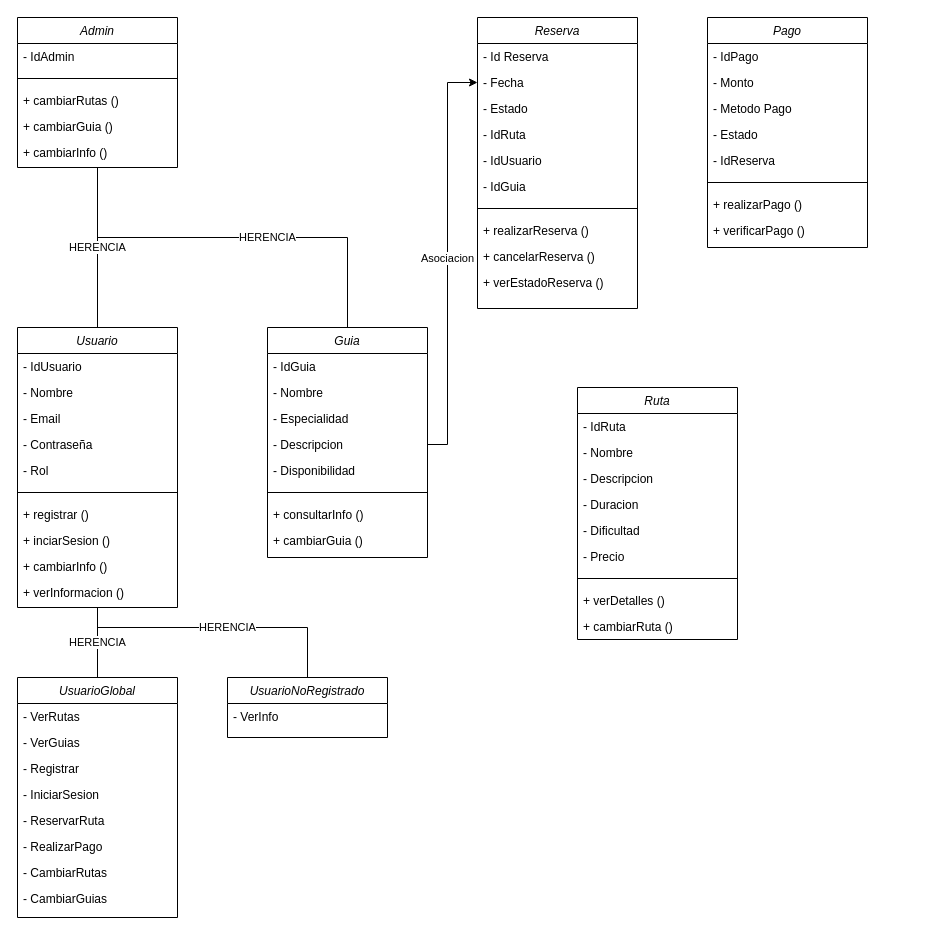
Before: Diagrama sin título.drawio in sebasalegon/Proyecto-grupal-1-EDD, a draw.io diagram. Source tidied: cells renumbered, new cells numbered last; positions are measured from the earlier drawing's top-left corner, leaving out a move shared by most shapes. Both pictures are drawn from the tidied source at 100%, with x=0, y=0 at pixel (17, 17).
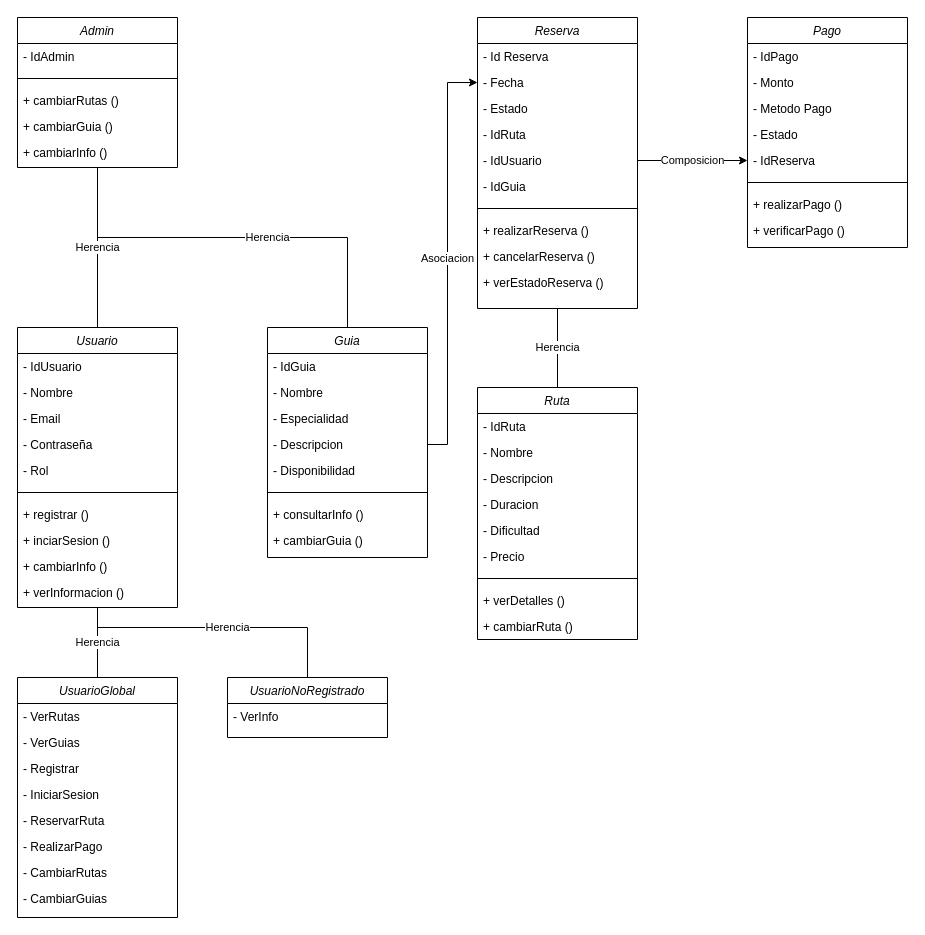
The same page after the edit.

The change refers to these unchanged cells:
```xml
<mxCell id="2" value="Usuario" style="swimlane;fontStyle=2;align=center;verticalAlign=top;horizontal=1;startSize=26;rounded=0;shadow=0;strokeWidth=1;" parent="1" vertex="1">
  <mxGeometry y="310" width="160" height="280" as="geometry" />
</mxCell>
<mxCell id="23" value="Guia" style="swimlane;fontStyle=2;align=center;verticalAlign=top;horizontal=1;startSize=26;rounded=0;shadow=0;strokeWidth=1;" parent="1" vertex="1">
  <mxGeometry x="250" y="310" width="160" height="230" as="geometry" />
</mxCell>
<mxCell id="32" value="Reserva" style="swimlane;fontStyle=2;align=center;verticalAlign=top;horizontal=1;startSize=26;rounded=0;shadow=0;strokeWidth=1;" parent="1" vertex="1">
  <mxGeometry x="460" width="160" height="291" as="geometry" />
</mxCell>
<mxCell id="37" value="- IdUsuario" style="text;align=left;verticalAlign=top;spacingLeft=4;spacingRight=4;overflow=hidden;points=[[0,0.5],[1,0.5]];portConstraint=eastwest;rounded=0;shadow=0;html=0;" parent="32" vertex="1">
  <mxGeometry y="130" width="160" height="26" as="geometry" />
</mxCell>
<mxCell id="48" value="- IdReserva" style="text;align=left;verticalAlign=top;spacingLeft=4;spacingRight=4;overflow=hidden;points=[[0,0.5],[1,0.5]];portConstraint=eastwest;rounded=0;shadow=0;html=0;" parent="43" vertex="1">
  <mxGeometry y="130" width="160" height="26" as="geometry" />
</mxCell>
<mxCell id="52" value="UsuarioGlobal" style="swimlane;fontStyle=2;align=center;verticalAlign=top;horizontal=1;startSize=26;rounded=0;shadow=0;strokeWidth=1;" parent="1" vertex="1">
  <mxGeometry y="660" width="160" height="240" as="geometry" />
</mxCell>
<mxCell id="61" value="UsuarioNoRegistrado" style="swimlane;fontStyle=2;align=center;verticalAlign=top;horizontal=1;startSize=26;rounded=0;shadow=0;strokeWidth=1;" parent="1" vertex="1">
  <mxGeometry x="210" y="660" width="160" height="60" as="geometry" />
</mxCell>
<mxCell id="65" value="Admin" style="swimlane;fontStyle=2;align=center;verticalAlign=top;horizontal=1;startSize=26;rounded=0;shadow=0;strokeWidth=1;" parent="1" vertex="1">
  <mxGeometry width="160" height="150" as="geometry" />
</mxCell>
```

What changed in the source:
```diff
@@
     <mxCell id="13" value="Ruta&#10;" style="swimlane;fontStyle=2;align=center;verticalAlign=top;horizontal=1;startSize=26;rounded=0;shadow=0;strokeWidth=1;" parent="1" vertex="1">
-      <mxGeometry x="560" y="370" width="160" height="252" as="geometry" />
+      <mxGeometry x="460" y="370" width="160" height="252" as="geometry" />
     </mxCell>
@@
     <mxCell id="43" value="Pago" style="swimlane;fontStyle=2;align=center;verticalAlign=top;horizontal=1;startSize=26;rounded=0;shadow=0;strokeWidth=1;" parent="1" vertex="1">
-      <mxGeometry x="690" width="160" height="230" as="geometry" />
+      <mxGeometry x="730" width="160" height="230" as="geometry" />
     </mxCell>
@@
-    <mxCell id="63" value="HERENCIA" style="endArrow=none;html=1;rounded=0;entryX=0.5;entryY=1;entryDx=0;entryDy=0;exitX=0.5;exitY=0;exitDx=0;exitDy=0;" parent="1" edge="1" source="52" target="2">
+    <mxCell id="63" value="Herencia" style="endArrow=none;html=1;rounded=0;entryX=0.5;entryY=1;entryDx=0;entryDy=0;exitX=0.5;exitY=0;exitDx=0;exitDy=0;" parent="1" edge="1" source="52" target="2">
       <mxGeometry relative="1" as="geometry" />
     </mxCell>
-    <mxCell id="64" value="HERENCIA" style="endArrow=none;html=1;rounded=0;exitX=0.5;exitY=0;exitDx=0;exitDy=0;" parent="1" edge="1" source="61">
+    <mxCell id="64" value="Herencia" style="endArrow=none;html=1;rounded=0;exitX=0.5;exitY=0;exitDx=0;exitDy=0;" parent="1" edge="1" source="61">
       <mxGeometry relative="1" as="geometry">
         <mxPoint x="80" y="610" as="targetPoint" />
         <Array as="points">
           <mxPoint x="290" y="610" />
         </Array>
       </mxGeometry>
     </mxCell>
@@
-    <mxCell id="71" value="HERENCIA" style="endArrow=none;html=1;rounded=0;entryX=0.5;entryY=1;entryDx=0;entryDy=0;exitX=0.5;exitY=0;exitDx=0;exitDy=0;" parent="1" edge="1" source="2" target="65">
+    <mxCell id="71" value="Herencia" style="endArrow=none;html=1;rounded=0;entryX=0.5;entryY=1;entryDx=0;entryDy=0;exitX=0.5;exitY=0;exitDx=0;exitDy=0;" parent="1" edge="1" source="2" target="65">
       <mxGeometry relative="1" as="geometry" />
     </mxCell>
-    <mxCell id="72" value="HERENCIA" style="endArrow=none;html=1;rounded=0;entryX=0.5;entryY=0;entryDx=0;entryDy=0;" parent="1" edge="1" target="23">
+    <mxCell id="72" value="Herencia" style="endArrow=none;html=1;rounded=0;entryX=0.5;entryY=0;entryDx=0;entryDy=0;" parent="1" edge="1" target="23">
       <mxGeometry relative="1" as="geometry">
         <mxPoint x="80" y="220" as="sourcePoint" />
         <Array as="points">
           <mxPoint x="330" y="220" />
         </Array>
       </mxGeometry>
     </mxCell>
@@
+    <mxCell id="74" value="Composicion" style="edgeStyle=orthogonalEdgeStyle;rounded=0;jettySize=auto;html=1;exitX=1;exitY=0.5;exitDx=0;exitDy=0;entryX=0;entryY=0.5;entryDx=0;entryDy=0;" parent="1" edge="1" source="37" target="48">
+      <mxGeometry relative="1" as="geometry" />
+    </mxCell>
+    <mxCell id="75" value="Herencia" style="endArrow=none;html=1;rounded=0;entryX=0.5;entryY=1;entryDx=0;entryDy=0;exitX=0.5;exitY=0;exitDx=0;exitDy=0;" parent="1" edge="1" source="13" target="32">
+      <mxGeometry relative="1" as="geometry" />
+    </mxCell>
```
